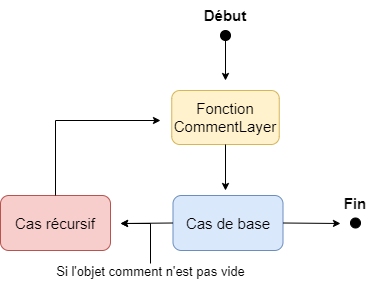
This is source/figures/Diagramme_recursive.png from G4bi567/sphinx-tm-template, a draw.io export, as it was before one commit. Source tidied: cells renumbered, new cells last; positions are measured from the earlier drawing's top-left corner, leaving out a move shared by most shapes.
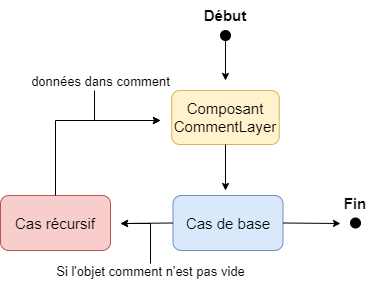
The same diagram one commit later.

Diff of the diagram source:
```diff
@@ -13,7 +13,7 @@
         <mxPoint x="225" y="80" as="targetPoint" />
       </mxGeometry>
     </mxCell>
-    <mxCell id="5" value="Fonction CommentLayer" style="rounded=1;whiteSpace=wrap;html=1;strokeColor=#d6b656;fontSize=15;fillColor=#fff2cc;" parent="1" vertex="1">
+    <mxCell id="5" value="Composant&lt;br&gt;CommentLayer" style="rounded=1;whiteSpace=wrap;html=1;strokeColor=#d6b656;fontSize=15;fillColor=#fff2cc;" parent="1" vertex="1">
       <mxGeometry x="171.2" y="90" width="107.5" height="54" as="geometry" />
     </mxCell>
     <mxCell id="6" value="Cas de base" style="rounded=1;whiteSpace=wrap;html=1;strokeColor=#6c8ebf;fontSize=15;fillColor=#dae8fc;" parent="1" vertex="1">
@@ -63,5 +63,17 @@
     <mxCell id="15" value="&lt;p style=&quot;line-height: 100%;&quot;&gt;&lt;font style=&quot;font-size: 13px;&quot;&gt;Si l'objet comment n'est pas vide&lt;/font&gt;&lt;/p&gt;" style="text;html=1;align=center;verticalAlign=middle;strokeColor=none;fillColor=none;fontSize=15;imageWidth=24;" parent="1" vertex="1">
       <mxGeometry x="45" y="240" width="210" height="60" as="geometry" />
     </mxCell>
+    <mxCell id="16" value="&lt;p style=&quot;line-height: 100%;&quot;&gt;&lt;font style=&quot;font-size: 13px;&quot;&gt;données dans comment&lt;/font&gt;&lt;/p&gt;" style="text;html=1;align=center;verticalAlign=middle;strokeColor=none;fillColor=none;fontSize=15;imageWidth=15;" parent="1" vertex="1">
+      <mxGeometry x="20" y="50" width="160" height="60" as="geometry" />
+    </mxCell>
+    <mxCell id="17" style="endArrow=classic;html=1;rounded=0;fontSize=13;endSize=5;" parent="1" edge="1">
+      <mxGeometry relative="1" as="geometry">
+        <mxPoint x="94" y="90" as="sourcePoint" />
+        <mxPoint x="160" y="120" as="targetPoint" />
+        <Array as="points">
+          <mxPoint x="94" y="120" />
+        </Array>
+      </mxGeometry>
+    </mxCell>
   </root>
 </mxGraphModel>
```
